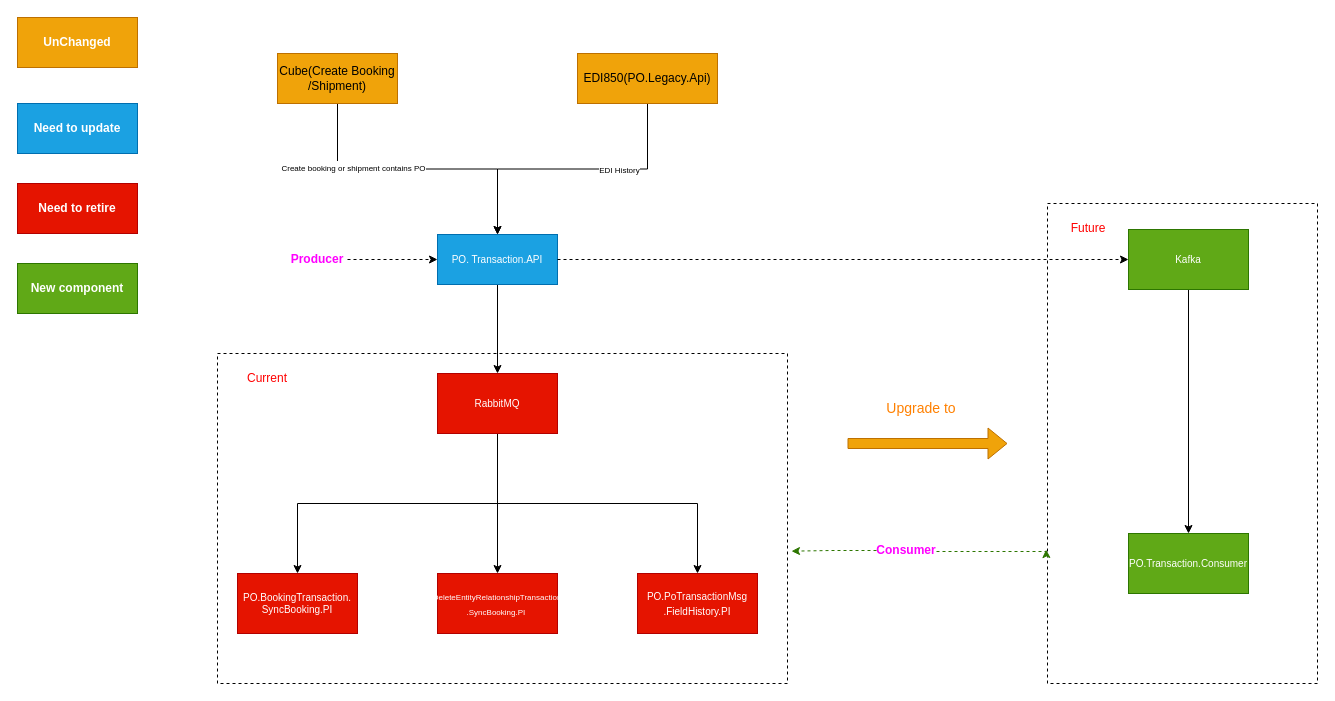
Above: page "RabbitMq" (5 of 5) of PO Architecure.drawio in TommyVV/chr-diagrams (draw.io), before the change. Source tidied: cells renumbered, new cells numbered last; positions are measured from the earlier drawing's top-left corner, leaving out a move shared by most shapes. Both pictures are drawn from the tidied source at 100%, with x=0, y=0 at pixel (17, 17).
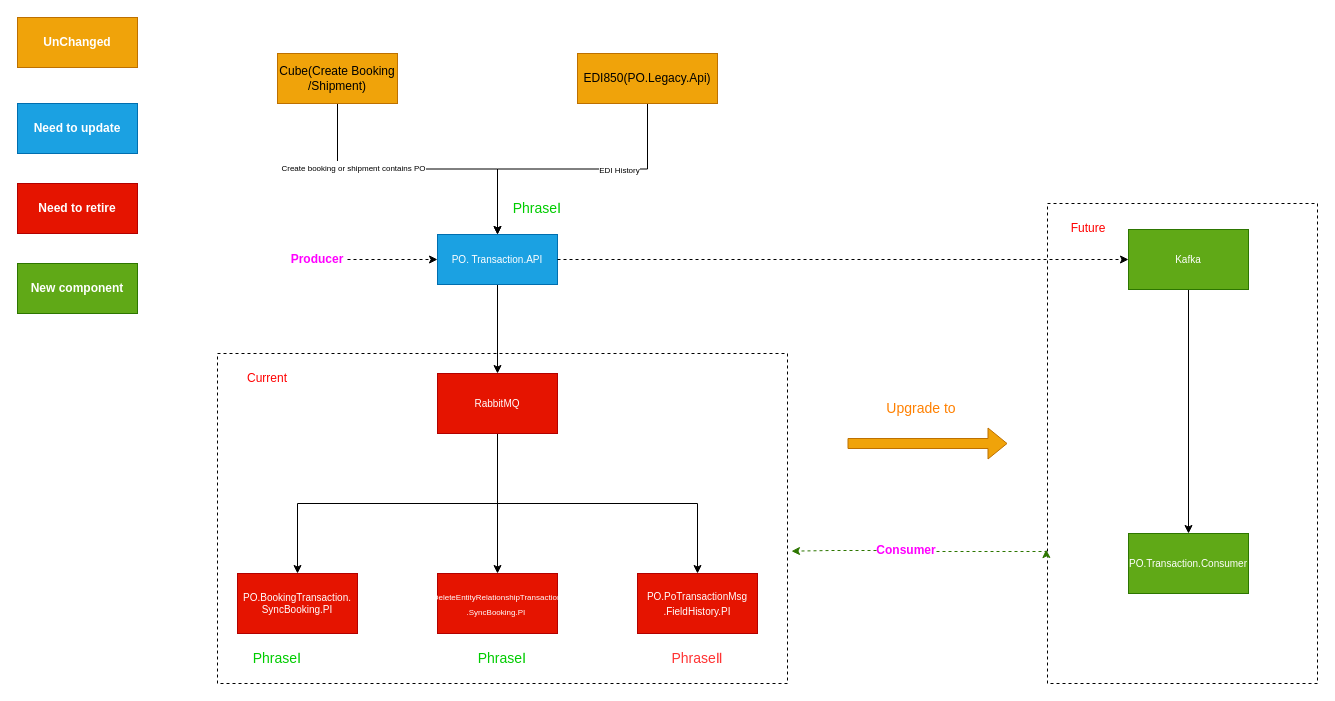
The same diagram, later.

What changed in the source:
```diff
@@
+    <mxCell id="36" value="&lt;font color=&quot;#00cc00&quot;&gt;&lt;font style=&quot;font-size: 14px;&quot;&gt;Phrase&lt;/font&gt;&lt;span style=&quot;font-size: 14px;&quot;&gt;Ⅰ&lt;/span&gt;&lt;/font&gt;" style="text;html=1;align=center;verticalAlign=middle;whiteSpace=wrap;rounded=0;" parent="1" vertex="1">
+      <mxGeometry x="230" y="626" width="60" height="30" as="geometry" />
+    </mxCell>
+    <mxCell id="37" value="&lt;font color=&quot;#00cc00&quot; style=&quot;font-size: 14px;&quot;&gt;PhraseⅠ&lt;/font&gt;" style="text;html=1;align=center;verticalAlign=middle;whiteSpace=wrap;rounded=0;" parent="1" vertex="1">
+      <mxGeometry x="455" y="626" width="60" height="30" as="geometry" />
+    </mxCell>
+    <mxCell id="38" value="&lt;font color=&quot;#ff3333&quot; style=&quot;font-size: 14px;&quot;&gt;PhraseⅡ&lt;/font&gt;" style="text;html=1;align=center;verticalAlign=middle;whiteSpace=wrap;rounded=0;" parent="1" vertex="1">
+      <mxGeometry x="650" y="626" width="60" height="30" as="geometry" />
+    </mxCell>
+    <mxCell id="39" value="&lt;font color=&quot;#00cc00&quot;&gt;&lt;font style=&quot;font-size: 14px;&quot;&gt;Phrase&lt;/font&gt;&lt;span style=&quot;font-size: 14px;&quot;&gt;Ⅰ&lt;/span&gt;&lt;/font&gt;" style="text;html=1;align=center;verticalAlign=middle;whiteSpace=wrap;rounded=0;" parent="1" vertex="1">
+      <mxGeometry x="490" y="176" width="60" height="30" as="geometry" />
+    </mxCell>
```
